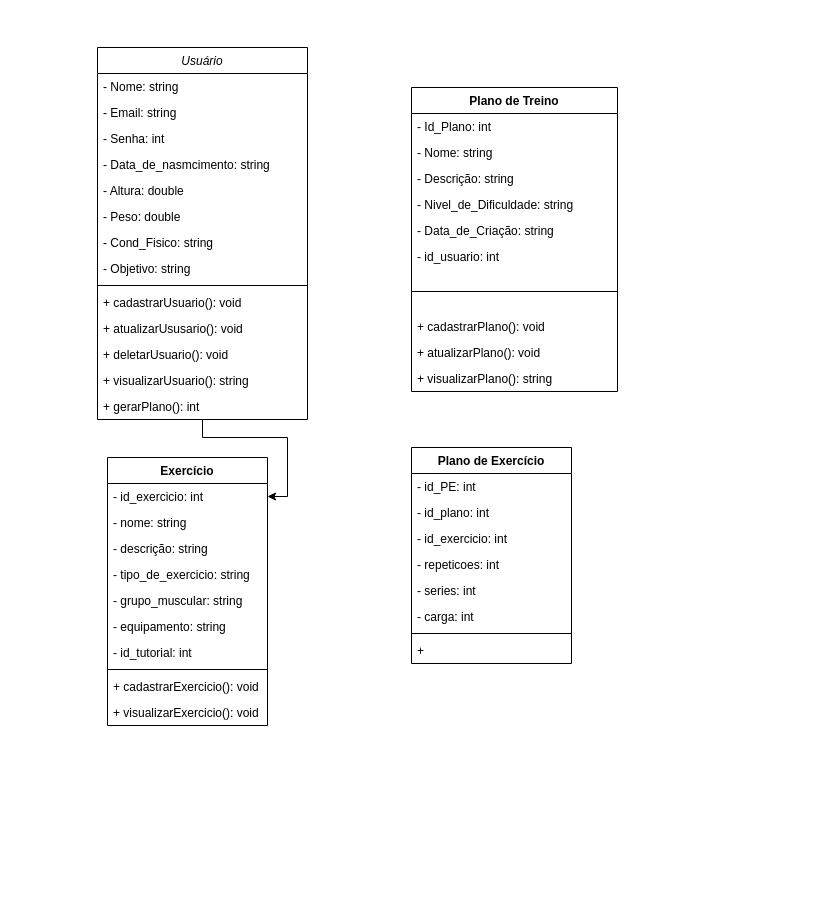
Jhow1L/Jhow1L keeps this draw.io diagram as Diagrama sem nome.drawio. Above is the earlier version. Source tidied: cells renumbered, new cells numbered last; positions are measured from the earlier drawing's top-left corner, leaving out a move shared by most shapes. Both pictures are drawn from the tidied source at 100%, with x=0, y=0 at pixel (97, 47).
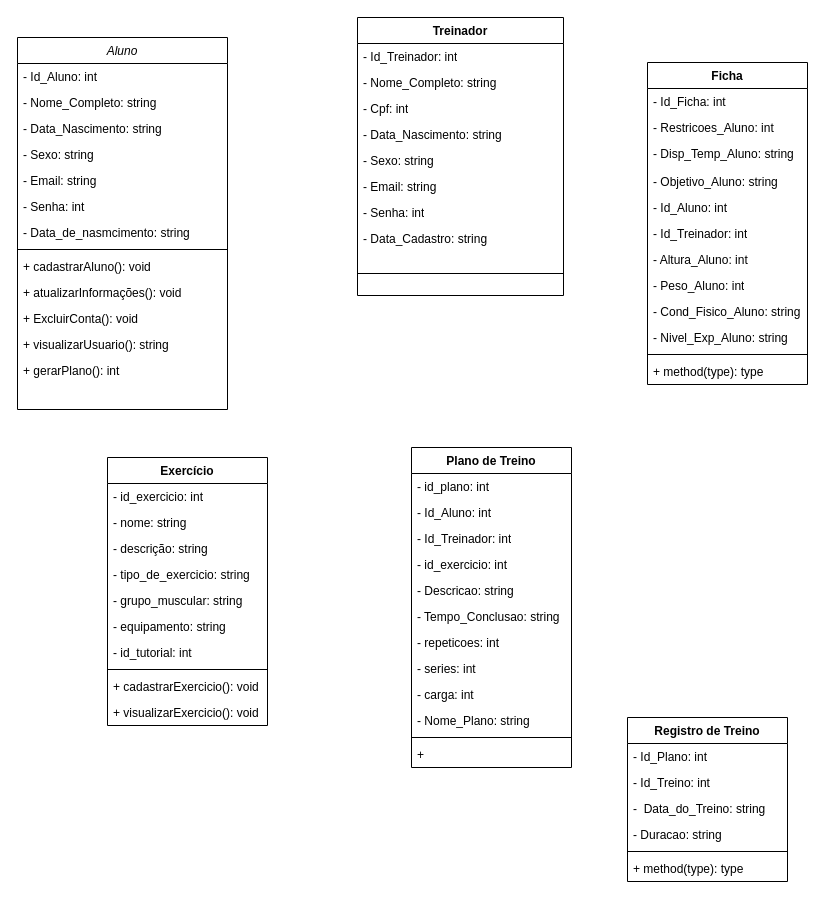
After the change.

Unchanged cells that the change refers to:
```xml
<mxCell id="30" value="- id_exercicio: int" style="text;strokeColor=none;fillColor=none;align=left;verticalAlign=top;spacingLeft=4;spacingRight=4;overflow=hidden;points=[[0,0.5],[1,0.5]];portConstraint=eastwest;whiteSpace=wrap;html=1;" parent="29" vertex="1">
  <mxGeometry y="26" width="160" height="26" as="geometry" />
</mxCell>
```

The edit, as a diff of the source:
```diff
@@
-    <mxCell id="2" style="edgeStyle=orthogonalEdgeStyle;rounded=0;jettySize=auto;html=1;" parent="1" edge="1" source="3" target="30">
-      <mxGeometry relative="1" as="geometry">
-        <Array as="points">
-          <mxPoint x="105" y="390" />
-          <mxPoint x="190" y="390" />
-          <mxPoint x="190" y="449" />
-        </Array>
-      </mxGeometry>
-    </mxCell>
-    <mxCell id="3" value="Usuário" style="swimlane;fontStyle=2;align=center;verticalAlign=top;horizontal=1;startSize=26;rounded=0;shadow=0;strokeWidth=1;" parent="1" vertex="1">
-      <mxGeometry width="210" height="372" as="geometry" />
+    <mxCell id="3" value="Aluno" style="swimlane;fontStyle=2;align=center;verticalAlign=top;horizontal=1;startSize=26;rounded=0;shadow=0;strokeWidth=1;" parent="1" vertex="1">
+      <mxGeometry x="-80" y="-10" width="210" height="372" as="geometry" />
     </mxCell>
-    <mxCell id="4" value="- Nome: string" style="text;align=left;verticalAlign=top;spacingLeft=4;spacingRight=4;overflow=hidden;" parent="3" vertex="1">
+    <mxCell id="4" value="- Id_Aluno: int" style="text;align=left;verticalAlign=top;spacingLeft=4;spacingRight=4;overflow=hidden;" parent="3" vertex="1">
       <mxGeometry y="26" width="210" height="26" as="geometry" />
     </mxCell>
+    <mxCell id="49" value="- Nome_Completo: string" style="text;align=left;verticalAlign=top;spacingLeft=4;spacingRight=4;overflow=hidden;" parent="3" vertex="1">
+      <mxGeometry y="52" width="210" height="26" as="geometry" />
+    </mxCell>
+    <mxCell id="50" value="- Data_Nascimento: string" style="text;align=left;verticalAlign=top;spacingLeft=4;spacingRight=4;overflow=hidden;" parent="3" vertex="1">
+      <mxGeometry y="78" width="210" height="26" as="geometry" />
+    </mxCell>
+    <mxCell id="51" value="- Sexo: string" style="text;align=left;verticalAlign=top;spacingLeft=4;spacingRight=4;overflow=hidden;" parent="3" vertex="1">
+      <mxGeometry y="104" width="210" height="26" as="geometry" />
+    </mxCell>
     <mxCell id="5" value="- Email: string" style="text;align=left;verticalAlign=top;spacingLeft=4;spacingRight=4;overflow=hidden;rounded=0;shadow=0;html=0;" parent="3" vertex="1">
-      <mxGeometry y="52" width="210" height="26" as="geometry" />
+      <mxGeometry y="130" width="210" height="26" as="geometry" />
     </mxCell>
     <mxCell id="6" value="- Senha: int" style="text;align=left;verticalAlign=top;spacingLeft=4;spacingRight=4;overflow=hidden;rounded=0;shadow=0;html=0;" parent="3" vertex="1">
-      <mxGeometry y="78" width="210" height="26" as="geometry" />
+      <mxGeometry y="156" width="210" height="26" as="geometry" />
     </mxCell>
     <mxCell id="7" value="- Data_de_nasmcimento: string" style="text;align=left;verticalAlign=top;spacingLeft=4;spacingRight=4;overflow=hidden;rounded=0;shadow=0;html=0;" parent="3" vertex="1">
-      <mxGeometry y="104" width="210" height="26" as="geometry" />
+      <mxGeometry y="182" width="210" height="26" as="geometry" />
     </mxCell>
-    <mxCell id="8" value="- Altura: double" style="text;align=left;verticalAlign=top;spacingLeft=4;spacingRight=4;overflow=hidden;rounded=0;shadow=0;html=0;" parent="3" vertex="1">
-      <mxGeometry y="130" width="210" height="26" as="geometry" />
-    </mxCell>
-    <mxCell id="9" value="- Peso: double" style="text;align=left;verticalAlign=top;spacingLeft=4;spacingRight=4;overflow=hidden;rounded=0;shadow=0;html=0;" parent="3" vertex="1">
-      <mxGeometry y="156" width="210" height="26" as="geometry" />
-    </mxCell>
-    <mxCell id="10" value="- Cond_Fisico: string" style="text;align=left;verticalAlign=top;spacingLeft=4;spacingRight=4;overflow=hidden;rounded=0;shadow=0;html=0;" parent="3" vertex="1">
-      <mxGeometry y="182" width="210" height="26" as="geometry" />
-    </mxCell>
-    <mxCell id="11" value="- Objetivo: string" style="text;align=left;verticalAlign=top;spacingLeft=4;spacingRight=4;overflow=hidden;rounded=0;shadow=0;html=0;" parent="3" vertex="1">
-      <mxGeometry y="208" width="210" height="26" as="geometry" />
-    </mxCell>
     <mxCell id="12" style="line;html=1;strokeWidth=1;align=left;verticalAlign=middle;spacingTop=-1;spacingLeft=3;spacingRight=3;labelPosition=right;" parent="3" vertex="1">
-      <mxGeometry y="234" width="210" height="8" as="geometry" />
+      <mxGeometry y="208" width="210" height="8" as="geometry" />
     </mxCell>
-    <mxCell id="13" value="+ cadastrarUsuario(): void" style="text;align=left;verticalAlign=top;spacingLeft=4;spacingRight=4;overflow=hidden;" parent="3" vertex="1">
-      <mxGeometry y="242" width="210" height="26" as="geometry" />
+    <mxCell id="13" value="+ cadastrarAluno(): void" style="text;align=left;verticalAlign=top;spacingLeft=4;spacingRight=4;overflow=hidden;" parent="3" vertex="1">
+      <mxGeometry y="216" width="210" height="26" as="geometry" />
     </mxCell>
-    <mxCell id="14" value="+ atualizarUsusario(): void" style="text;align=left;verticalAlign=top;spacingLeft=4;spacingRight=4;overflow=hidden;" parent="3" vertex="1">
-      <mxGeometry y="268" width="210" height="26" as="geometry" />
+    <mxCell id="14" value="+ atualizarInformações(): void" style="text;align=left;verticalAlign=top;spacingLeft=4;spacingRight=4;overflow=hidden;" parent="3" vertex="1">
+      <mxGeometry y="242" width="210" height="26" as="geometry" />
     </mxCell>
-    <mxCell id="15" value="+ deletarUsuario(): void" style="text;align=left;verticalAlign=top;spacingLeft=4;spacingRight=4;overflow=hidden;" parent="3" vertex="1">
-      <mxGeometry y="294" width="210" height="26" as="geometry" />
+    <mxCell id="15" value="+ ExcluirConta(): void" style="text;align=left;verticalAlign=top;spacingLeft=4;spacingRight=4;overflow=hidden;" parent="3" vertex="1">
+      <mxGeometry y="268" width="210" height="26" as="geometry" />
     </mxCell>
     <mxCell id="16" value="+ visualizarUsuario(): string" style="text;align=left;verticalAlign=top;spacingLeft=4;spacingRight=4;overflow=hidden;" parent="3" vertex="1">
-      <mxGeometry y="320" width="210" height="26" as="geometry" />
+      <mxGeometry y="294" width="210" height="26" as="geometry" />
     </mxCell>
     <mxCell id="17" value="+ gerarPlano(): int" style="text;align=left;verticalAlign=top;spacingLeft=4;spacingRight=4;overflow=hidden;" parent="3" vertex="1">
-      <mxGeometry y="346" width="210" height="26" as="geometry" />
+      <mxGeometry y="320" width="210" height="26" as="geometry" />
     </mxCell>
-    <mxCell id="18" value="Plano de Treino" style="swimlane;fontStyle=1;align=center;verticalAlign=top;horizontal=1;startSize=26;whiteSpace=wrap;html=1;" parent="1" vertex="1">
-      <mxGeometry x="314" y="40" width="206" height="304" as="geometry" />
+    <mxCell id="18" value="Treinador" style="swimlane;fontStyle=1;align=center;verticalAlign=top;horizontal=1;startSize=26;whiteSpace=wrap;html=1;" parent="1" vertex="1">
+      <mxGeometry x="260" y="-30" width="206" height="278" as="geometry" />
     </mxCell>
-    <mxCell id="19" value="- Id_Plano: int" style="text;strokeColor=none;fillColor=none;align=left;verticalAlign=top;spacingLeft=4;spacingRight=4;overflow=hidden;whiteSpace=wrap;html=1;" parent="18" vertex="1">
+    <mxCell id="19" value="- Id_Treinador: int" style="text;strokeColor=none;fillColor=none;align=left;verticalAlign=top;spacingLeft=4;spacingRight=4;overflow=hidden;whiteSpace=wrap;html=1;" parent="18" vertex="1">
       <mxGeometry y="26" width="206" height="26" as="geometry" />
     </mxCell>
-    <mxCell id="20" value="- Nome: string" style="text;strokeColor=none;fillColor=none;align=left;verticalAlign=top;spacingLeft=4;spacingRight=4;overflow=hidden;whiteSpace=wrap;html=1;" parent="18" vertex="1">
+    <mxCell id="20" value="- Nome_Completo: string" style="text;strokeColor=none;fillColor=none;align=left;verticalAlign=top;spacingLeft=4;spacingRight=4;overflow=hidden;whiteSpace=wrap;html=1;" parent="18" vertex="1">
       <mxGeometry y="52" width="206" height="26" as="geometry" />
     </mxCell>
-    <mxCell id="21" value="- Descrição: string" style="text;strokeColor=none;fillColor=none;align=left;verticalAlign=top;spacingLeft=4;spacingRight=4;overflow=hidden;whiteSpace=wrap;html=1;" parent="18" vertex="1">
+    <mxCell id="21" value="- Cpf: int" style="text;strokeColor=none;fillColor=none;align=left;verticalAlign=top;spacingLeft=4;spacingRight=4;overflow=hidden;whiteSpace=wrap;html=1;" parent="18" vertex="1">
       <mxGeometry y="78" width="206" height="26" as="geometry" />
     </mxCell>
-    <mxCell id="22" value="- Nivel_de_Dificuldade: string" style="text;strokeColor=none;fillColor=none;align=left;verticalAlign=top;spacingLeft=4;spacingRight=4;overflow=hidden;whiteSpace=wrap;html=1;" parent="18" vertex="1">
+    <mxCell id="22" value="- Data_Nascimento: string" style="text;strokeColor=none;fillColor=none;align=left;verticalAlign=top;spacingLeft=4;spacingRight=4;overflow=hidden;whiteSpace=wrap;html=1;" parent="18" vertex="1">
       <mxGeometry y="104" width="206" height="26" as="geometry" />
     </mxCell>
-    <mxCell id="23" value="- Data_de_Criação: string" style="text;strokeColor=none;fillColor=none;align=left;verticalAlign=top;spacingLeft=4;spacingRight=4;overflow=hidden;whiteSpace=wrap;html=1;" parent="18" vertex="1">
+    <mxCell id="23" value="- Sexo: string" style="text;strokeColor=none;fillColor=none;align=left;verticalAlign=top;spacingLeft=4;spacingRight=4;overflow=hidden;whiteSpace=wrap;html=1;" parent="18" vertex="1">
       <mxGeometry y="130" width="206" height="26" as="geometry" />
     </mxCell>
-    <mxCell id="24" value="- id_usuario: int" style="text;strokeColor=none;fillColor=none;align=left;verticalAlign=top;spacingLeft=4;spacingRight=4;overflow=hidden;whiteSpace=wrap;html=1;" parent="18" vertex="1">
-      <mxGeometry y="156" width="206" height="26" as="geometry" />
-    </mxCell>
+    <mxCell id="52" value="- Email: string" style="text;strokeColor=none;fillColor=none;align=left;verticalAlign=top;spacingLeft=4;spacingRight=4;overflow=hidden;whiteSpace=wrap;html=1;" parent="18" vertex="1">
+      <mxGeometry y="156" width="206" height="26" as="geometry" />
+    </mxCell>
+    <mxCell id="53" value="- Senha: int" style="text;strokeColor=none;fillColor=none;align=left;verticalAlign=top;spacingLeft=4;spacingRight=4;overflow=hidden;whiteSpace=wrap;html=1;" parent="18" vertex="1">
+      <mxGeometry y="182" width="206" height="26" as="geometry" />
+    </mxCell>
+    <mxCell id="54" value="- Data_Cadastro: string" style="text;strokeColor=none;fillColor=none;align=left;verticalAlign=top;spacingLeft=4;spacingRight=4;overflow=hidden;whiteSpace=wrap;html=1;" parent="18" vertex="1">
+      <mxGeometry y="208" width="206" height="26" as="geometry" />
+    </mxCell>
     <mxCell id="25" style="line;strokeWidth=1;fillColor=none;align=left;verticalAlign=middle;spacingTop=-1;spacingLeft=3;spacingRight=3;labelPosition=right;strokeColor=inherit;" parent="18" vertex="1">
-      <mxGeometry y="182" width="206" height="44" as="geometry" />
+      <mxGeometry y="234" width="206" height="44" as="geometry" />
     </mxCell>
-    <mxCell id="26" value="+ cadastrarPlano(): void" style="text;align=left;verticalAlign=top;spacingLeft=4;spacingRight=4;overflow=hidden;" parent="18" vertex="1">
-      <mxGeometry y="226" width="206" height="26" as="geometry" />
-    </mxCell>
-    <mxCell id="27" value="+ atualizarPlano(): void" style="text;align=left;verticalAlign=top;spacingLeft=4;spacingRight=4;overflow=hidden;" parent="18" vertex="1">
-      <mxGeometry y="252" width="206" height="26" as="geometry" />
-    </mxCell>
-    <mxCell id="28" value="+ visualizarPlano(): string" style="text;align=left;verticalAlign=top;spacingLeft=4;spacingRight=4;overflow=hidden;" parent="18" vertex="1">
-      <mxGeometry y="278" width="206" height="26" as="geometry" />
-    </mxCell>
@@
-    <mxCell id="40" value="Plano de Exercício" style="swimlane;fontStyle=1;align=center;verticalAlign=top;horizontal=1;startSize=26;whiteSpace=wrap;html=1;" parent="1" vertex="1">
-      <mxGeometry x="314" y="400" width="160" height="216" as="geometry" />
+    <mxCell id="40" value="Plano de Treino" style="swimlane;fontStyle=1;align=center;verticalAlign=top;horizontal=1;startSize=26;whiteSpace=wrap;html=1;" parent="1" vertex="1">
+      <mxGeometry x="314" y="400" width="160" height="320" as="geometry" />
     </mxCell>
-    <mxCell id="41" value="- id_PE: int" style="text;strokeColor=none;fillColor=none;align=left;verticalAlign=top;spacingLeft=4;spacingRight=4;overflow=hidden;whiteSpace=wrap;html=1;" parent="40" vertex="1">
-      <mxGeometry y="26" width="160" height="26" as="geometry" />
-    </mxCell>
     <mxCell id="42" value="- id_plano: int" style="text;strokeColor=none;fillColor=none;align=left;verticalAlign=top;spacingLeft=4;spacingRight=4;overflow=hidden;whiteSpace=wrap;html=1;" parent="40" vertex="1">
-      <mxGeometry y="52" width="160" height="26" as="geometry" />
+      <mxGeometry y="26" width="160" height="26" as="geometry" />
     </mxCell>
+    <mxCell id="55" value="- Id_Aluno: int" style="text;strokeColor=none;fillColor=none;align=left;verticalAlign=top;spacingLeft=4;spacingRight=4;overflow=hidden;whiteSpace=wrap;html=1;" parent="40" vertex="1">
+      <mxGeometry y="52" width="160" height="26" as="geometry" />
+    </mxCell>
+    <mxCell id="56" value="- Id_Treinador: int" style="text;strokeColor=none;fillColor=none;align=left;verticalAlign=top;spacingLeft=4;spacingRight=4;overflow=hidden;whiteSpace=wrap;html=1;" parent="40" vertex="1">
+      <mxGeometry y="78" width="160" height="26" as="geometry" />
+    </mxCell>
     <mxCell id="43" value="- id_exercicio: int" style="text;strokeColor=none;fillColor=none;align=left;verticalAlign=top;spacingLeft=4;spacingRight=4;overflow=hidden;whiteSpace=wrap;html=1;" parent="40" vertex="1">
-      <mxGeometry y="78" width="160" height="26" as="geometry" />
+      <mxGeometry y="104" width="160" height="26" as="geometry" />
     </mxCell>
+    <mxCell id="57" value="- Descricao: string" style="text;strokeColor=none;fillColor=none;align=left;verticalAlign=top;spacingLeft=4;spacingRight=4;overflow=hidden;whiteSpace=wrap;html=1;" parent="40" vertex="1">
+      <mxGeometry y="130" width="160" height="26" as="geometry" />
+    </mxCell>
+    <mxCell id="58" value="- Tempo_Conclusao: string" style="text;strokeColor=none;fillColor=none;align=left;verticalAlign=top;spacingLeft=4;spacingRight=4;overflow=hidden;whiteSpace=wrap;html=1;" parent="40" vertex="1">
+      <mxGeometry y="156" width="160" height="26" as="geometry" />
+    </mxCell>
     <mxCell id="44" value="- repeticoes: int" style="text;strokeColor=none;fillColor=none;align=left;verticalAlign=top;spacingLeft=4;spacingRight=4;overflow=hidden;whiteSpace=wrap;html=1;" parent="40" vertex="1">
-      <mxGeometry y="104" width="160" height="26" as="geometry" />
+      <mxGeometry y="182" width="160" height="26" as="geometry" />
     </mxCell>
     <mxCell id="45" value="- series: int" style="text;strokeColor=none;fillColor=none;align=left;verticalAlign=top;spacingLeft=4;spacingRight=4;overflow=hidden;whiteSpace=wrap;html=1;" parent="40" vertex="1">
-      <mxGeometry y="130" width="160" height="26" as="geometry" />
+      <mxGeometry y="208" width="160" height="26" as="geometry" />
     </mxCell>
     <mxCell id="46" value="- carga: int" style="text;strokeColor=none;fillColor=none;align=left;verticalAlign=top;spacingLeft=4;spacingRight=4;overflow=hidden;whiteSpace=wrap;html=1;" parent="40" vertex="1">
-      <mxGeometry y="156" width="160" height="26" as="geometry" />
+      <mxGeometry y="234" width="160" height="26" as="geometry" />
     </mxCell>
+    <mxCell id="59" value="- Nome_Plano: string" style="text;strokeColor=none;fillColor=none;align=left;verticalAlign=top;spacingLeft=4;spacingRight=4;overflow=hidden;whiteSpace=wrap;html=1;" parent="40" vertex="1">
+      <mxGeometry y="260" width="160" height="26" as="geometry" />
+    </mxCell>
     <mxCell id="47" style="line;strokeWidth=1;fillColor=none;align=left;verticalAlign=middle;spacingTop=-1;spacingLeft=3;spacingRight=3;labelPosition=right;strokeColor=inherit;" parent="40" vertex="1">
-      <mxGeometry y="182" width="160" height="8" as="geometry" />
+      <mxGeometry y="286" width="160" height="8" as="geometry" />
     </mxCell>
     <mxCell id="48" value="+&amp;nbsp;&amp;nbsp;" style="text;strokeColor=none;fillColor=none;align=left;verticalAlign=top;spacingLeft=4;spacingRight=4;overflow=hidden;whiteSpace=wrap;html=1;" parent="40" vertex="1">
-      <mxGeometry y="190" width="160" height="26" as="geometry" />
+      <mxGeometry y="294" width="160" height="26" as="geometry" />
     </mxCell>
+    <mxCell id="60" value="Ficha" style="swimlane;fontStyle=1;align=center;verticalAlign=top;horizontal=1;startSize=26;whiteSpace=wrap;html=1;" parent="1" vertex="1">
+      <mxGeometry x="550" y="15" width="160" height="322" as="geometry" />
+    </mxCell>
+    <mxCell id="61" value="- Id_Ficha: int" style="text;strokeColor=none;fillColor=none;align=left;verticalAlign=top;spacingLeft=4;spacingRight=4;overflow=hidden;whiteSpace=wrap;html=1;" parent="60" vertex="1">
+      <mxGeometry y="26" width="160" height="26" as="geometry" />
+    </mxCell>
+    <mxCell id="62" value="- Restricoes_Aluno: int" style="text;strokeColor=none;fillColor=none;align=left;verticalAlign=top;spacingLeft=4;spacingRight=4;overflow=hidden;whiteSpace=wrap;html=1;" parent="60" vertex="1">
+      <mxGeometry y="52" width="160" height="26" as="geometry" />
+    </mxCell>
+    <mxCell id="63" value="- Disp_Temp_Aluno: string" style="text;strokeColor=none;fillColor=none;align=left;verticalAlign=top;spacingLeft=4;spacingRight=4;overflow=hidden;whiteSpace=wrap;html=1;" parent="60" vertex="1">
+      <mxGeometry y="78" width="160" height="28" as="geometry" />
+    </mxCell>
+    <mxCell id="64" value="- Objetivo_Aluno: string" style="text;strokeColor=none;fillColor=none;align=left;verticalAlign=top;spacingLeft=4;spacingRight=4;overflow=hidden;whiteSpace=wrap;html=1;" parent="60" vertex="1">
+      <mxGeometry y="106" width="160" height="26" as="geometry" />
+    </mxCell>
+    <mxCell id="65" value="- Id_Aluno: int" style="text;strokeColor=none;fillColor=none;align=left;verticalAlign=top;spacingLeft=4;spacingRight=4;overflow=hidden;whiteSpace=wrap;html=1;" parent="60" vertex="1">
+      <mxGeometry y="132" width="160" height="26" as="geometry" />
+    </mxCell>
+    <mxCell id="66" value="- Id_Treinador: int" style="text;strokeColor=none;fillColor=none;align=left;verticalAlign=top;spacingLeft=4;spacingRight=4;overflow=hidden;whiteSpace=wrap;html=1;" parent="60" vertex="1">
+      <mxGeometry y="158" width="160" height="26" as="geometry" />
+    </mxCell>
+    <mxCell id="67" value="- Altura_Aluno: int" style="text;strokeColor=none;fillColor=none;align=left;verticalAlign=top;spacingLeft=4;spacingRight=4;overflow=hidden;whiteSpace=wrap;html=1;" parent="60" vertex="1">
+      <mxGeometry y="184" width="160" height="26" as="geometry" />
+    </mxCell>
+    <mxCell id="68" value="- Peso_Aluno: int" style="text;strokeColor=none;fillColor=none;align=left;verticalAlign=top;spacingLeft=4;spacingRight=4;overflow=hidden;whiteSpace=wrap;html=1;" parent="60" vertex="1">
+      <mxGeometry y="210" width="160" height="26" as="geometry" />
+    </mxCell>
+    <mxCell id="69" value="- Cond_Fisico_Aluno: string" style="text;strokeColor=none;fillColor=none;align=left;verticalAlign=top;spacingLeft=4;spacingRight=4;overflow=hidden;whiteSpace=wrap;html=1;" parent="60" vertex="1">
+      <mxGeometry y="236" width="160" height="26" as="geometry" />
+    </mxCell>
+    <mxCell id="70" value="- Nivel_Exp_Aluno: string" style="text;strokeColor=none;fillColor=none;align=left;verticalAlign=top;spacingLeft=4;spacingRight=4;overflow=hidden;whiteSpace=wrap;html=1;" parent="60" vertex="1">
+      <mxGeometry y="262" width="160" height="26" as="geometry" />
+    </mxCell>
+    <mxCell id="71" style="line;strokeWidth=1;fillColor=none;align=left;verticalAlign=middle;spacingTop=-1;spacingLeft=3;spacingRight=3;labelPosition=right;strokeColor=inherit;" parent="60" vertex="1">
+      <mxGeometry y="288" width="160" height="8" as="geometry" />
+    </mxCell>
+    <mxCell id="72" value="+ method(type): type" style="text;strokeColor=none;fillColor=none;align=left;verticalAlign=top;spacingLeft=4;spacingRight=4;overflow=hidden;whiteSpace=wrap;html=1;" parent="60" vertex="1">
+      <mxGeometry y="296" width="160" height="26" as="geometry" />
+    </mxCell>
+    <mxCell id="73" value="Registro de Treino" style="swimlane;fontStyle=1;align=center;verticalAlign=top;horizontal=1;startSize=26;whiteSpace=wrap;html=1;" parent="1" vertex="1">
+      <mxGeometry x="530" y="670" width="160" height="164" as="geometry" />
+    </mxCell>
+    <mxCell id="74" value="- Id_Plano: int" style="text;strokeColor=none;fillColor=none;align=left;verticalAlign=top;spacingLeft=4;spacingRight=4;overflow=hidden;whiteSpace=wrap;html=1;" parent="73" vertex="1">
+      <mxGeometry y="26" width="160" height="26" as="geometry" />
+    </mxCell>
+    <mxCell id="75" value="- Id_Treino: int" style="text;strokeColor=none;fillColor=none;align=left;verticalAlign=top;spacingLeft=4;spacingRight=4;overflow=hidden;whiteSpace=wrap;html=1;" parent="73" vertex="1">
+      <mxGeometry y="52" width="160" height="26" as="geometry" />
+    </mxCell>
+    <mxCell id="76" value="-&amp;nbsp; Data_do_Treino: string" style="text;strokeColor=none;fillColor=none;align=left;verticalAlign=top;spacingLeft=4;spacingRight=4;overflow=hidden;whiteSpace=wrap;html=1;" parent="73" vertex="1">
+      <mxGeometry y="78" width="160" height="26" as="geometry" />
+    </mxCell>
+    <mxCell id="77" value="- Duracao: string" style="text;strokeColor=none;fillColor=none;align=left;verticalAlign=top;spacingLeft=4;spacingRight=4;overflow=hidden;whiteSpace=wrap;html=1;" parent="73" vertex="1">
+      <mxGeometry y="104" width="160" height="26" as="geometry" />
+    </mxCell>
+    <mxCell id="78" style="line;strokeWidth=1;fillColor=none;align=left;verticalAlign=middle;spacingTop=-1;spacingLeft=3;spacingRight=3;labelPosition=right;strokeColor=inherit;" parent="73" vertex="1">
+      <mxGeometry y="130" width="160" height="8" as="geometry" />
+    </mxCell>
+    <mxCell id="79" value="+ method(type): type" style="text;strokeColor=none;fillColor=none;align=left;verticalAlign=top;spacingLeft=4;spacingRight=4;overflow=hidden;whiteSpace=wrap;html=1;" parent="73" vertex="1">
+      <mxGeometry y="138" width="160" height="26" as="geometry" />
+    </mxCell>
```
